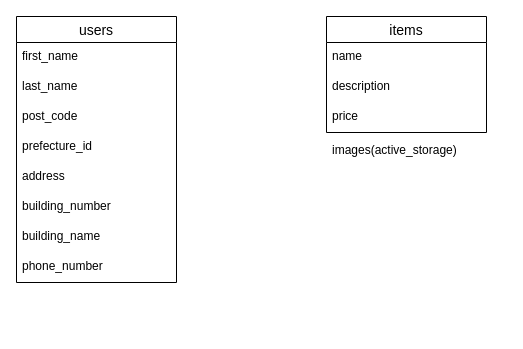
hikaruuuuuu/okurumi-shop keeps this draw.io diagram as db.dio. Above is the earlier version. Source tidied: cells renumbered, new cells numbered last; positions are measured from the earlier drawing's top-left corner, leaving out a move shared by most shapes. Both pictures are drawn from the tidied source at 100%, with x=0, y=0 at pixel (16, 16).
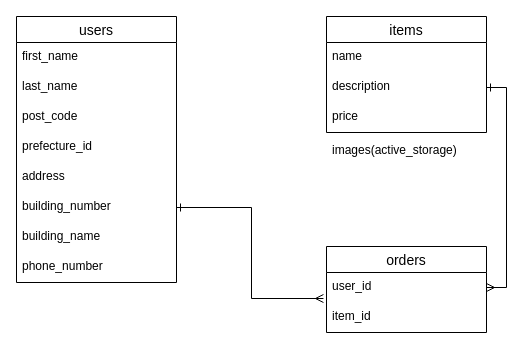
The same diagram, later.

Commit message (it also covers changes not shown here):
購入フォーム

Unchanged cells that the change refers to:
```xml
<mxCell id="8" value="building_number" style="text;strokeColor=none;fillColor=none;spacingLeft=4;spacingRight=4;overflow=hidden;points=[[0,0.5],[1,0.5]];portConstraint=eastwest;fontSize=12;" parent="2" vertex="1">
  <mxGeometry y="176" width="160" height="30" as="geometry" />
</mxCell>
<mxCell id="13" value="description" style="text;strokeColor=none;fillColor=none;spacingLeft=4;spacingRight=4;overflow=hidden;points=[[0,0.5],[1,0.5]];portConstraint=eastwest;fontSize=12;" parent="11" vertex="1">
  <mxGeometry y="56" width="160" height="30" as="geometry" />
</mxCell>
```

Change to the diagram source:
```diff
@@
+    <mxCell id="16" value="orders" style="swimlane;fontStyle=0;horizontal=1;startSize=26;align=center;fontSize=14;" parent="1" vertex="1">
+      <mxGeometry x="310" y="230" width="160" height="86" as="geometry" />
+    </mxCell>
+    <mxCell id="17" value="user_id" style="text;strokeColor=none;fillColor=none;spacingLeft=4;spacingRight=4;overflow=hidden;points=[[0,0.5],[1,0.5]];portConstraint=eastwest;fontSize=12;" parent="16" vertex="1">
+      <mxGeometry y="26" width="160" height="30" as="geometry" />
+    </mxCell>
+    <mxCell id="18" value="item_id" style="text;strokeColor=none;fillColor=none;spacingLeft=4;spacingRight=4;overflow=hidden;fontSize=12;" parent="16" vertex="1">
+      <mxGeometry y="56" width="160" height="30" as="geometry" />
+    </mxCell>
+    <mxCell id="19" style="edgeStyle=orthogonalEdgeStyle;rounded=0;jettySize=auto;html=1;exitX=1;exitY=0.5;exitDx=0;exitDy=0;entryX=1;entryY=0.5;entryDx=0;entryDy=0;endArrow=ERmany;endFill=0;startArrow=ERone;startFill=0;" parent="1" edge="1" source="13" target="17">
+      <mxGeometry relative="1" as="geometry" />
+    </mxCell>
+    <mxCell id="20" style="edgeStyle=orthogonalEdgeStyle;rounded=0;jettySize=auto;html=1;exitX=1;exitY=0.5;exitDx=0;exitDy=0;entryX=-0.019;entryY=0.867;entryDx=0;entryDy=0;entryPerimeter=0;startArrow=ERone;startFill=0;endArrow=ERmany;endFill=0;" parent="1" edge="1" source="8" target="17">
+      <mxGeometry relative="1" as="geometry" />
+    </mxCell>
```
